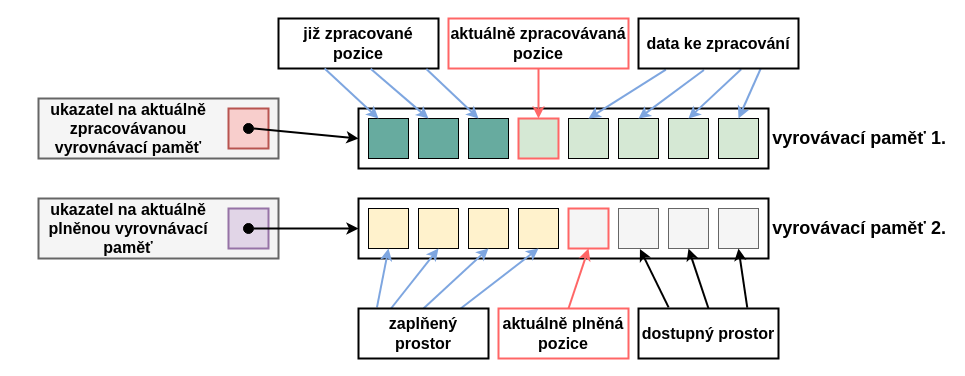
Before: diagrams/multiple_buffering/multiple_buffering-1.drawio in Doly02/thesis, a draw.io diagram. Source tidied: cells renumbered, new cells numbered last; positions are measured from the earlier drawing's top-left corner, leaving out a move shared by most shapes. Both pictures are drawn from the tidied source at 100%, with x=0, y=0 at pixel (38, 18).
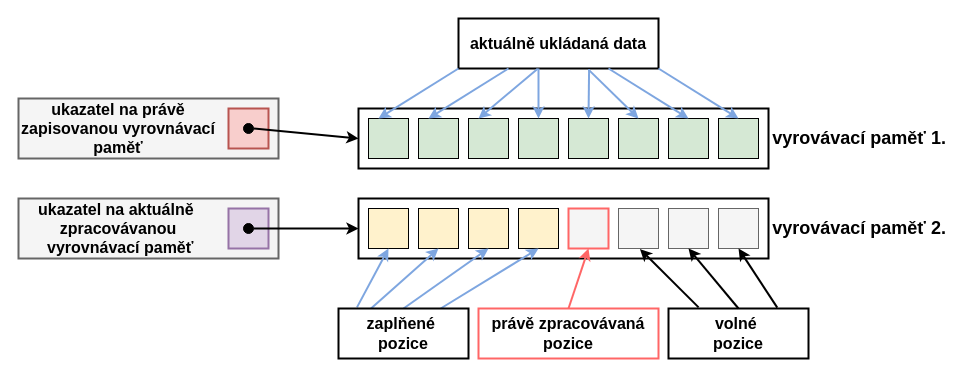
The same page after the edit.

Unchanged cells that the change refers to:
```xml
<mxCell id="8" style="rounded=0;whiteSpace=wrap;html=1;fillColor=#f5f5f5;strokeColor=#FF6666;fontColor=#333333;strokeWidth=2;" parent="1" vertex="1">
  <mxGeometry x="530" y="190" width="40" height="40" as="geometry" />
</mxCell>
<mxCell id="10" style="rounded=0;whiteSpace=wrap;html=1;fillColor=#d5e8d4;strokeColor=#000000;" parent="1" vertex="1">
  <mxGeometry x="680" y="100" width="40" height="40" as="geometry" />
</mxCell>
<mxCell id="11" style="rounded=0;whiteSpace=wrap;html=1;fillColor=#d5e8d4;strokeColor=#000000;" parent="1" vertex="1">
  <mxGeometry x="580" y="100" width="40" height="40" as="geometry" />
</mxCell>
<mxCell id="12" style="rounded=0;whiteSpace=wrap;html=1;fillColor=#d5e8d4;strokeColor=#000000;" parent="1" vertex="1">
  <mxGeometry x="630" y="100" width="40" height="40" as="geometry" />
</mxCell>
```

What changed in the source:
```diff
@@
     <mxCell id="2" style="rounded=0;whiteSpace=wrap;html=1;strokeWidth=2;" parent="1" vertex="1">
-      <mxGeometry x="240" width="160" height="50" as="geometry" />
+      <mxGeometry x="420" width="200" height="50" as="geometry" />
     </mxCell>
@@
-    <mxCell id="13" style="rounded=0;whiteSpace=wrap;html=1;fillColor=#d5e8d4;strokeColor=#FF6666;strokeWidth=2;" parent="1" vertex="1">
+    <mxCell id="13" style="rounded=0;whiteSpace=wrap;html=1;fillColor=#D5E8D4;strokeColor=#000000;strokeWidth=1;" parent="1" vertex="1">
       <mxGeometry x="480" y="100" width="40" height="40" as="geometry" />
     </mxCell>
-    <mxCell id="14" style="rounded=0;whiteSpace=wrap;html=1;fillColor=#d5e8d4;strokeColor=#000000;" parent="1" vertex="1">
+    <mxCell id="14" style="rounded=0;whiteSpace=wrap;html=1;fillColor=#D5E8D4;strokeColor=#000000;" parent="1" vertex="1">
       <mxGeometry x="530" y="100" width="40" height="40" as="geometry" />
     </mxCell>
-    <mxCell id="15" style="rounded=0;whiteSpace=wrap;html=1;fillColor=#67AB9F;strokeColor=#000000;" parent="1" vertex="1">
+    <mxCell id="15" style="rounded=0;whiteSpace=wrap;html=1;fillColor=#D5E8D4;strokeColor=#000000;" parent="1" vertex="1">
       <mxGeometry x="380" y="100" width="40" height="40" as="geometry" />
     </mxCell>
-    <mxCell id="16" style="rounded=0;whiteSpace=wrap;html=1;fillColor=#67AB9F;strokeColor=#000000;" parent="1" vertex="1">
+    <mxCell id="16" style="rounded=0;whiteSpace=wrap;html=1;fillColor=#D5E8D4;strokeColor=#000000;" parent="1" vertex="1">
       <mxGeometry x="430" y="100" width="40" height="40" as="geometry" />
     </mxCell>
-    <mxCell id="17" style="rounded=0;whiteSpace=wrap;html=1;fillColor=#67AB9F;strokeColor=#000000;strokeWidth=1;" parent="1" vertex="1">
+    <mxCell id="17" style="rounded=0;whiteSpace=wrap;html=1;fillColor=#D5E8D4;strokeColor=#000000;strokeWidth=1;" parent="1" vertex="1">
       <mxGeometry x="330" y="100" width="40" height="40" as="geometry" />
     </mxCell>
-    <mxCell id="18" style="endArrow=classic;html=1;rounded=0;entryX=0.25;entryY=0;entryDx=0;entryDy=0;fillColor=#f8cecc;strokeColor=#7EA6E0;exitX=0.288;exitY=0.999;exitDx=0;exitDy=0;exitPerimeter=0;strokeWidth=2;" parent="1" edge="1" source="21" target="17">
+    <mxCell id="18" style="endArrow=classic;html=1;rounded=0;entryX=0.25;entryY=0;entryDx=0;entryDy=0;fillColor=#f8cecc;strokeColor=#7EA6E0;exitX=0;exitY=1;exitDx=0;exitDy=0;strokeWidth=2;" parent="1" edge="1" source="21" target="17">
       <mxGeometry relative="1" as="geometry" />
     </mxCell>
-    <mxCell id="19" style="endArrow=classic;html=1;rounded=0;entryX=0.25;entryY=0;entryDx=0;entryDy=0;fillColor=#f8cecc;strokeColor=#7EA6E0;exitX=0.576;exitY=1.005;exitDx=0;exitDy=0;exitPerimeter=0;strokeWidth=2;" parent="1" edge="1" source="21" target="15">
+    <mxCell id="19" style="endArrow=classic;html=1;rounded=0;entryX=0.25;entryY=0;entryDx=0;entryDy=0;fillColor=#f8cecc;strokeColor=#7EA6E0;exitX=0.25;exitY=1;exitDx=0;exitDy=0;strokeWidth=2;" parent="1" edge="1" source="21" target="15">
       <mxGeometry relative="1" as="geometry" />
     </mxCell>
-    <mxCell id="20" style="endArrow=classic;html=1;rounded=0;entryX=0.25;entryY=0;entryDx=0;entryDy=0;fillColor=#f8cecc;strokeColor=#7EA6E0;exitX=0.924;exitY=1.012;exitDx=0;exitDy=0;exitPerimeter=0;strokeWidth=2;" parent="1" edge="1" source="21">
+    <mxCell id="20" style="endArrow=classic;html=1;rounded=0;entryX=0.25;entryY=0;entryDx=0;entryDy=0;fillColor=#f8cecc;strokeColor=#7EA6E0;exitX=0.396;exitY=1.004;exitDx=0;exitDy=0;strokeWidth=2;exitPerimeter=0;" parent="1" edge="1" source="21">
       <mxGeometry relative="1" as="geometry">
         <mxPoint x="440" y="100" as="targetPoint" />
       </mxGeometry>
     </mxCell>
-    <mxCell id="21" value="&lt;b&gt;&lt;font style=&quot;font-size: 16px;&quot;&gt;již zpracované pozice&lt;/font&gt;&lt;/b&gt;" style="text;html=1;align=center;verticalAlign=middle;whiteSpace=wrap;rounded=0;strokeWidth=2;" parent="1" vertex="1">
-      <mxGeometry x="240" width="160" height="50" as="geometry" />
+    <mxCell id="21" value="&lt;font style=&quot;font-size: 16px;&quot;&gt;&lt;b&gt;aktuálně ukládaná data&lt;/b&gt;&lt;/font&gt;" style="text;html=1;align=center;verticalAlign=middle;whiteSpace=wrap;rounded=0;strokeWidth=2;" parent="1" vertex="1">
+      <mxGeometry x="420" width="200" height="50" as="geometry" />
     </mxCell>
-    <mxCell id="22" style="endArrow=classic;html=1;rounded=0;entryX=0.5;entryY=0;entryDx=0;entryDy=0;fillColor=#dae8fc;strokeColor=#FF6666;exitX=0.5;exitY=1;exitDx=0;exitDy=0;strokeWidth=2;" parent="1" edge="1" source="55" target="13">
-      <mxGeometry relative="1" as="geometry" />
+    <mxCell id="22" style="endArrow=classic;html=1;rounded=0;entryX=0.5;entryY=0;entryDx=0;entryDy=0;fillColor=#dae8fc;strokeColor=#7EA6E0;exitX=0.5;exitY=1;exitDx=0;exitDy=0;strokeWidth=2;" parent="1" edge="1" target="13">
+      <mxGeometry relative="1" as="geometry">
+        <mxPoint x="500" y="50" as="sourcePoint" />
+      </mxGeometry>
     </mxCell>
-    <mxCell id="23" style="endArrow=classic;html=1;rounded=0;exitX=0.171;exitY=1.022;exitDx=0;exitDy=0;entryX=0.5;entryY=0;entryDx=0;entryDy=0;fillColor=#fff2cc;strokeColor=#7EA6E0;exitPerimeter=0;strokeWidth=2;" parent="1" edge="1" source="27" target="14">
+    <mxCell id="23" style="endArrow=classic;html=1;rounded=0;entryX=0.5;entryY=0;entryDx=0;entryDy=0;fillColor=#fff2cc;strokeColor=#7EA6E0;strokeWidth=2;exitX=0.653;exitY=1.015;exitDx=0;exitDy=0;exitPerimeter=0;" parent="1" edge="1" source="21" target="14">
       <mxGeometry relative="1" as="geometry" />
     </mxCell>
-    <mxCell id="24" style="endArrow=classic;html=1;rounded=0;exitX=0.409;exitY=1.031;exitDx=0;exitDy=0;entryX=0.5;entryY=0;entryDx=0;entryDy=0;fillColor=#fff2cc;strokeColor=#7EA6E0;exitPerimeter=0;strokeWidth=2;" parent="1" edge="1" source="27" target="11">
+    <mxCell id="24" style="endArrow=classic;html=1;rounded=0;exitX=0.65;exitY=1.023;exitDx=0;exitDy=0;entryX=0.5;entryY=0;entryDx=0;entryDy=0;fillColor=#fff2cc;strokeColor=#7EA6E0;strokeWidth=2;exitPerimeter=0;" parent="1" edge="1" source="2" target="11">
       <mxGeometry relative="1" as="geometry" />
     </mxCell>
-    <mxCell id="25" style="endArrow=classic;html=1;rounded=0;exitX=0.642;exitY=1.016;exitDx=0;exitDy=0;entryX=0.5;entryY=0;entryDx=0;entryDy=0;fillColor=#fff2cc;strokeColor=#7EA6E0;exitPerimeter=0;strokeWidth=2;" parent="1" edge="1" source="27" target="12">
+    <mxCell id="25" style="endArrow=classic;html=1;rounded=0;entryX=0.5;entryY=0;entryDx=0;entryDy=0;fillColor=#fff2cc;strokeColor=#7EA6E0;strokeWidth=2;exitX=0.75;exitY=1;exitDx=0;exitDy=0;" parent="1" edge="1" source="21" target="12">
       <mxGeometry relative="1" as="geometry" />
     </mxCell>
-    <mxCell id="26" style="endArrow=classic;html=1;rounded=0;exitX=0.764;exitY=1;exitDx=0;exitDy=0;entryX=0.5;entryY=0;entryDx=0;entryDy=0;fillColor=#fff2cc;strokeColor=#7EA6E0;exitPerimeter=0;strokeWidth=2;" parent="1" edge="1" source="27" target="10">
+    <mxCell id="26" style="endArrow=classic;html=1;rounded=0;exitX=1;exitY=1;exitDx=0;exitDy=0;entryX=0.5;entryY=0;entryDx=0;entryDy=0;fillColor=#fff2cc;strokeColor=#7EA6E0;strokeWidth=2;" parent="1" edge="1" source="21" target="10">
       <mxGeometry relative="1" as="geometry" />
     </mxCell>
-    <mxCell id="27" value="&lt;font style=&quot;font-size: 16px;&quot;&gt;&lt;b style=&quot;&quot;&gt;data ke zpracování&lt;/b&gt;&lt;/font&gt;" style="rounded=0;whiteSpace=wrap;html=1;strokeColor=#000000;strokeWidth=2;" parent="1" vertex="1">
-      <mxGeometry x="600" width="160" height="50" as="geometry" />
-    </mxCell>
     <mxCell id="28" style="rounded=0;whiteSpace=wrap;html=1;fillColor=#f5f5f5;fontColor=#333333;strokeColor=#666666;strokeWidth=2;" parent="1" vertex="1">
-      <mxGeometry y="180" width="240" height="60" as="geometry" />
+      <mxGeometry x="-20" y="180" width="260" height="60" as="geometry" />
     </mxCell>
-    <mxCell id="29" value="&lt;b&gt;&lt;font style=&quot;font-size: 16px;&quot;&gt;ukazatel na aktuálně plněnou vyrovnávací paměť&lt;/font&gt;&lt;/b&gt;" style="text;html=1;align=center;verticalAlign=middle;whiteSpace=wrap;rounded=0;" parent="1" vertex="1">
-      <mxGeometry y="180" width="180" height="60" as="geometry" />
+    <mxCell id="29" value="&lt;b&gt;&lt;font style=&quot;font-size: 16px;&quot;&gt;ukazatel na aktuálně&amp;nbsp;&lt;/font&gt;&lt;/b&gt;&lt;div&gt;&lt;b&gt;&lt;font style=&quot;font-size: 16px;&quot;&gt;zpracovávanou&lt;/font&gt;&lt;/b&gt;&lt;div&gt;&lt;b&gt;&lt;font style=&quot;font-size: 16px;&quot;&gt;&amp;nbsp;vyrovnávací paměť&lt;/font&gt;&lt;/b&gt;&lt;/div&gt;&lt;/div&gt;" style="text;html=1;align=center;verticalAlign=middle;whiteSpace=wrap;rounded=0;" parent="1" vertex="1">
+      <mxGeometry x="-20" y="180" width="200" height="60" as="geometry" />
     </mxCell>
@@
     <mxCell id="33" style="rounded=0;whiteSpace=wrap;html=1;fillColor=#f5f5f5;fontColor=#333333;strokeColor=#666666;strokeWidth=2;" parent="1" vertex="1">
-      <mxGeometry y="80" width="240" height="60" as="geometry" />
+      <mxGeometry x="-20" y="80" width="260" height="60" as="geometry" />
     </mxCell>
-    <mxCell id="34" value="&lt;b&gt;&lt;font style=&quot;font-size: 16px;&quot;&gt;ukazatel na aktuálně zpracovávanou vyrovnávací paměť&lt;/font&gt;&lt;/b&gt;" style="text;html=1;align=center;verticalAlign=middle;whiteSpace=wrap;rounded=0;" parent="1" vertex="1">
-      <mxGeometry y="80" width="180" height="60" as="geometry" />
+    <mxCell id="34" value="&lt;font style=&quot;font-size: 16px;&quot;&gt;&lt;b&gt;ukazatel na právě zapisovanou&lt;font style=&quot;&quot;&gt;&amp;nbsp;vyrovnávací paměť&lt;/font&gt;&lt;/b&gt;&lt;/font&gt;" style="text;html=1;align=center;verticalAlign=middle;whiteSpace=wrap;rounded=0;" parent="1" vertex="1">
+      <mxGeometry x="-20" y="80" width="200" height="60" as="geometry" />
     </mxCell>
@@
     <mxCell id="45" style="rounded=0;whiteSpace=wrap;html=1;strokeWidth=2;" parent="1" vertex="1">
-      <mxGeometry x="320" y="290" width="130" height="50" as="geometry" />
+      <mxGeometry x="300" y="290" width="130" height="50" as="geometry" />
     </mxCell>
-    <mxCell id="46" value="&lt;b&gt;&lt;font style=&quot;font-size: 16px;&quot;&gt;zaplňený prostor&lt;/font&gt;&lt;/b&gt;" style="text;html=1;align=center;verticalAlign=middle;whiteSpace=wrap;rounded=0;" parent="1" vertex="1">
-      <mxGeometry x="320" y="290" width="130" height="50" as="geometry" />
+    <mxCell id="46" value="&lt;b&gt;&lt;font style=&quot;font-size: 16px;&quot;&gt;zaplňené&amp;nbsp;&lt;/font&gt;&lt;/b&gt;&lt;div&gt;&lt;b&gt;&lt;font style=&quot;font-size: 16px;&quot;&gt;pozice&lt;/font&gt;&lt;/b&gt;&lt;/div&gt;" style="text;html=1;align=center;verticalAlign=middle;whiteSpace=wrap;rounded=0;" parent="1" vertex="1">
+      <mxGeometry x="300" y="290" width="130" height="50" as="geometry" />
     </mxCell>
     <mxCell id="47" style="rounded=0;whiteSpace=wrap;html=1;strokeWidth=2;" parent="1" vertex="1">
-      <mxGeometry x="600" y="290" width="140" height="50" as="geometry" />
+      <mxGeometry x="630" y="290" width="140" height="50" as="geometry" />
     </mxCell>
-    <mxCell id="48" value="&lt;b&gt;&lt;font style=&quot;font-size: 16px;&quot;&gt;dostupný prostor&lt;/font&gt;&lt;/b&gt;" style="text;html=1;align=center;verticalAlign=middle;whiteSpace=wrap;rounded=0;" parent="1" vertex="1">
-      <mxGeometry x="600" y="290" width="140" height="50" as="geometry" />
+    <mxCell id="48" value="&lt;b&gt;&lt;font style=&quot;font-size: 16px;&quot;&gt;volné&amp;nbsp;&lt;/font&gt;&lt;/b&gt;&lt;div&gt;&lt;b&gt;&lt;font style=&quot;font-size: 16px;&quot;&gt;pozice&lt;/font&gt;&lt;/b&gt;&lt;/div&gt;" style="text;html=1;align=center;verticalAlign=middle;whiteSpace=wrap;rounded=0;" parent="1" vertex="1">
+      <mxGeometry x="630" y="290" width="140" height="50" as="geometry" />
     </mxCell>
-    <mxCell id="49" style="endArrow=classic;html=1;rounded=0;entryX=0.5;entryY=1;entryDx=0;entryDy=0;strokeColor=#FF6666;strokeWidth=2;" parent="1" edge="1" target="8">
-      <mxGeometry relative="1" as="geometry">
-        <mxPoint x="530" y="290" as="sourcePoint" />
-      </mxGeometry>
+    <mxCell id="49" style="endArrow=classic;html=1;rounded=0;entryX=0.5;entryY=1;entryDx=0;entryDy=0;strokeColor=#FF6666;strokeWidth=2;exitX=0.5;exitY=0;exitDx=0;exitDy=0;" parent="1" edge="1" source="54" target="8">
+      <mxGeometry relative="1" as="geometry" />
     </mxCell>
@@
     <mxCell id="53" style="rounded=0;whiteSpace=wrap;html=1;strokeColor=#FF6666;strokeWidth=2;" parent="1" vertex="1">
-      <mxGeometry x="460" y="290" width="130" height="50" as="geometry" />
+      <mxGeometry x="440" y="290" width="180" height="50" as="geometry" />
     </mxCell>
-    <mxCell id="54" value="&lt;b&gt;&lt;font style=&quot;font-size: 16px;&quot;&gt;aktuálně plněná&lt;/font&gt;&lt;/b&gt;&lt;div&gt;&lt;b&gt;&lt;font style=&quot;font-size: 16px;&quot;&gt;pozice&lt;/font&gt;&lt;/b&gt;&lt;/div&gt;" style="text;html=1;align=center;verticalAlign=middle;whiteSpace=wrap;rounded=0;" parent="1" vertex="1">
-      <mxGeometry x="460" y="290" width="130" height="50" as="geometry" />
+    <mxCell id="54" value="&lt;font style=&quot;font-size: 16px;&quot;&gt;&lt;b&gt;právě zpracovávaná pozice&lt;/b&gt;&lt;/font&gt;" style="text;html=1;align=center;verticalAlign=middle;whiteSpace=wrap;rounded=0;" parent="1" vertex="1">
+      <mxGeometry x="440" y="290" width="180" height="50" as="geometry" />
     </mxCell>
-    <mxCell id="55" style="rounded=0;whiteSpace=wrap;html=1;strokeColor=#FF6666;strokeWidth=2;" parent="1" vertex="1">
-      <mxGeometry x="410" width="180" height="50" as="geometry" />
-    </mxCell>
-    <mxCell id="56" value="&lt;font style=&quot;font-size: 16px;&quot;&gt;&lt;b style=&quot;&quot;&gt;aktuálně zpracovávaná&lt;/b&gt;&lt;/font&gt;&lt;div&gt;&lt;font style=&quot;font-size: 16px;&quot;&gt;&lt;b style=&quot;&quot;&gt;pozice&lt;/b&gt;&lt;/font&gt;&lt;/div&gt;" style="text;html=1;align=center;verticalAlign=middle;whiteSpace=wrap;rounded=0;" parent="1" vertex="1">
-      <mxGeometry x="410" width="180" height="50" as="geometry" />
-    </mxCell>
```
